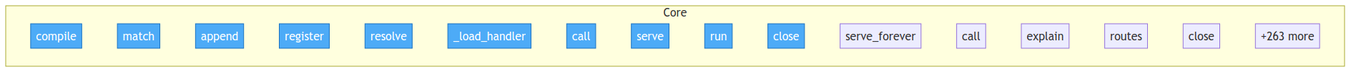
tellmesh/urisys keeps this Mermaid diagram as project/flow.png. Above is the earlier version. Its source is kept beside it as project/flow.mmd.
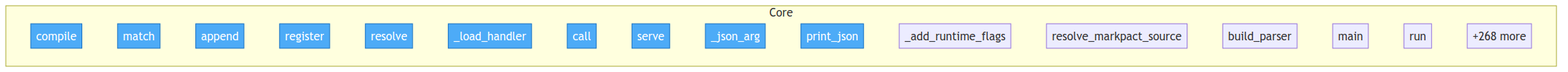
After the commit.

Diff of the diagram source:
```diff
@@ -11,14 +11,14 @@
         packages__python__urisysedge__runtime__Runtime___load_handler["_load_handler"]
         packages__python__urisysedge__runtime__Runtime__call["call"]
         packages__python__urisysedge__runtime__serve["serve"]
+        src__urisys__cli___json_arg["_json_arg"]
+        src__urisys__cli__print_json["print_json"]
+        src__urisys__cli___add_runtime_flags["_add_runtime_flags"]
+        src__urisys__cli__resolve_markpact_source["resolve_markpact_source"]
+        src__urisys__cli__build_parser["build_parser"]
+        src__urisys__cli__main["main"]
         src__urisys__controllers__flow_controller__FlowController__run["run"]
-        src__urisys__controllers__flow_controller__FlowController__close["close"]
-        src__urisys__controllers__server_controller__ServerController__serve_forever["serve_forever"]
-        src__urisys__controllers__uri_controller__UriController__call["call"]
-        src__urisys__controllers__uri_controller__UriController__explain["explain"]
-        src__urisys__controllers__uri_controller__UriController__routes["routes"]
-        src__urisys__controllers__uri_controller__UriController__close["close"]
-        ...["+263 more"]
+        ...["+268 more"]
     end
 
-    class packages__python__urisysedge__runtime__Route__compile,packages__python__urisysedge__runtime__Route__match,packages__python__urisysedge__runtime__JsonlEventStore__append,packages__python__urisysedge__runtime__Runtime__register,packages__python__urisysedge__runtime__Runtime__resolve,packages__python__urisysedge__runtime__Runtime___load_handler,packages__python__urisysedge__runtime__Runtime__call,packages__python__urisysedge__runtime__serve,src__urisys__controllers__flow_controller__FlowController__run,src__urisys__controllers__flow_controller__FlowController__close entry
+    class packages__python__urisysedge__runtime__Route__compile,packages__python__urisysedge__runtime__Route__match,packages__python__urisysedge__runtime__JsonlEventStore__append,packages__python__urisysedge__runtime__Runtime__register,packages__python__urisysedge__runtime__Runtime__resolve,packages__python__urisysedge__runtime__Runtime___load_handler,packages__python__urisysedge__runtime__Runtime__call,packages__python__urisysedge__runtime__serve,src__urisys__cli___json_arg,src__urisys__cli__print_json entry
```
